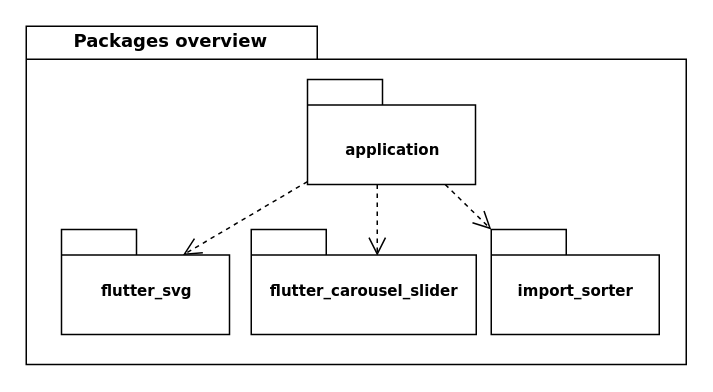
Before: page "Page-1" (1 of 2) of docs/drawio/overview.pkg.drawio in bagumka81/flutter_basics, a draw.io diagram. Source tidied: cells renumbered, new cells numbered last; positions are measured from the earlier drawing's top-left corner, leaving out a move shared by most shapes. Both pictures are drawn from the tidied source at 150%, with x=0, y=0 at pixel (26, 26).
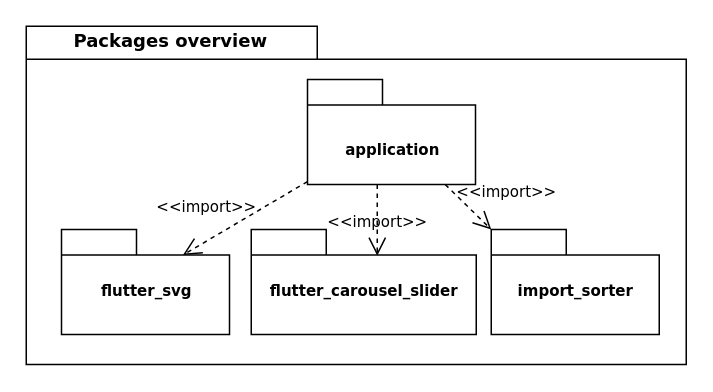
The same page after the edit.

Commit message (it also covers changes not shown here):
added implicit dependecy type

What changed in the source:
```diff
@@
 <mxGraphModel>
   <root>
     <mxCell id="0" />
     <mxCell id="1" parent="0" />
     <mxCell id="2" style="shape=folder;fontStyle=1;spacingTop=10;tabWidth=194;tabHeight=22;tabPosition=left;html=1;rounded=0;shadow=0;comic=0;labelBackgroundColor=none;strokeWidth=1;fillColor=none;fontFamily=Verdana;fontSize=10;align=center;" parent="1" vertex="1">
       <mxGeometry width="440" height="225.5" as="geometry" />
     </mxCell>
-    <mxCell id="3" style="edgeStyle=elbowEdgeStyle;rounded=0;html=1;entryX=0.559;entryY=0.251;entryPerimeter=0;dashed=1;labelBackgroundColor=none;startFill=0;endArrow=open;endFill=0;endSize=10;fontFamily=Verdana;fontSize=10;" parent="1" edge="1" source="6" target="8">
+    <mxCell id="3" value="&amp;lt;&amp;lt;import&amp;gt;&amp;gt;" style="edgeStyle=elbowEdgeStyle;rounded=0;html=1;entryX=0.559;entryY=0.251;entryPerimeter=0;dashed=1;labelBackgroundColor=none;startFill=0;endArrow=open;endFill=0;endSize=10;fontFamily=Verdana;fontSize=10;" parent="1" edge="1" source="6" target="8">
       <mxGeometry relative="1" as="geometry" />
     </mxCell>
-    <mxCell id="4" style="edgeStyle=none;rounded=0;html=1;dashed=1;labelBackgroundColor=none;startFill=0;endArrow=open;endFill=0;endSize=10;fontFamily=Verdana;fontSize=10;entryX=0;entryY=0;entryPerimeter=0;entryDx=0;entryDy=0;" parent="1" edge="1" source="6" target="9">
-      <mxGeometry relative="1" as="geometry" />
+    <mxCell id="4" value="&amp;lt;&amp;lt;import&amp;gt;&amp;gt;" style="edgeStyle=none;rounded=0;html=1;dashed=1;labelBackgroundColor=none;startFill=0;endArrow=open;endFill=0;endSize=10;fontFamily=Verdana;fontSize=10;entryX=0;entryY=0;entryPerimeter=0;entryDx=0;entryDy=0;" parent="1" edge="1" source="6" target="9">
+      <mxGeometry x="0.5" y="25" relative="1" as="geometry" />
     </mxCell>
-    <mxCell id="5" style="edgeStyle=none;rounded=0;html=1;dashed=1;labelBackgroundColor=none;startFill=0;endArrow=open;endFill=0;endSize=10;fontFamily=Verdana;fontSize=10;entryX=0;entryY=0;entryDx=81;entryDy=17;entryPerimeter=0;" parent="1" edge="1" source="6" target="7">
-      <mxGeometry relative="1" as="geometry" />
+    <mxCell id="5" value="&amp;lt;&amp;lt;import&amp;gt;&amp;gt;" style="edgeStyle=none;rounded=0;html=1;dashed=1;labelBackgroundColor=none;startFill=0;endArrow=open;endFill=0;endSize=10;fontFamily=Verdana;fontSize=10;entryX=0;entryY=0;entryDx=81;entryDy=17;entryPerimeter=0;" parent="1" edge="1" source="6" target="7">
+      <mxGeometry x="0.38" y="-20" relative="1" as="geometry" />
     </mxCell>
     <mxCell id="6" value="&lt;br&gt;application" style="shape=folder;fontStyle=1;spacingTop=10;tabWidth=50;tabHeight=17;tabPosition=left;html=1;rounded=0;shadow=0;comic=0;labelBackgroundColor=none;strokeColor=#000000;strokeWidth=1;fillColor=#ffffff;fontFamily=Verdana;fontSize=10;fontColor=#000000;align=center;" parent="1" vertex="1">
       <mxGeometry x="187.5" y="35.5" width="112" height="70" as="geometry" />
     </mxCell>
     <mxCell id="7" value="flutter_svg" style="shape=folder;fontStyle=1;spacingTop=10;tabWidth=50;tabHeight=17;tabPosition=left;html=1;rounded=0;shadow=0;comic=0;labelBackgroundColor=none;strokeColor=#000000;strokeWidth=1;fillColor=#ffffff;fontFamily=Verdana;fontSize=10;fontColor=#000000;align=center;" parent="1" vertex="1">
       <mxGeometry x="23.5" y="135.5" width="112" height="70" as="geometry" />
     </mxCell>
     <mxCell id="8" value="flutter_carousel_slider" style="shape=folder;fontStyle=1;spacingTop=10;tabWidth=50;tabHeight=17;tabPosition=left;html=1;rounded=0;shadow=0;comic=0;labelBackgroundColor=none;strokeColor=#000000;strokeWidth=1;fillColor=#ffffff;fontFamily=Verdana;fontSize=10;fontColor=#000000;align=center;" parent="1" vertex="1">
       <mxGeometry x="150" y="135.5" width="150" height="70" as="geometry" />
     </mxCell>
     <mxCell id="9" value="import_sorter" style="shape=folder;fontStyle=1;spacingTop=10;tabWidth=50;tabHeight=17;tabPosition=left;html=1;rounded=0;shadow=0;comic=0;labelBackgroundColor=none;strokeColor=#000000;strokeWidth=1;fillColor=#ffffff;fontFamily=Verdana;fontSize=10;fontColor=#000000;align=center;" parent="1" vertex="1">
       <mxGeometry x="310" y="135.5" width="112" height="70" as="geometry" />
     </mxCell>
     <mxCell id="10" value="Packages overview" style="text;html=1;align=center;verticalAlign=top;spacingTop=-4;fontSize=12;fontFamily=Verdana;fontStyle=1;" parent="1" vertex="1">
       <mxGeometry x="1" width="189" height="20" as="geometry" />
     </mxCell>
   </root>
 </mxGraphModel>
```
